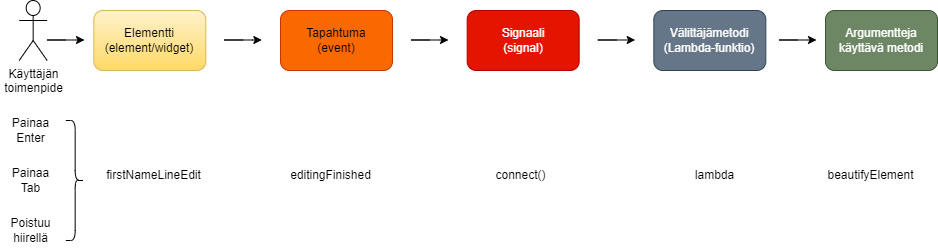
Earlier version of the draw.io export Docs/Pictures/SignalSlotLambda.drawio.png (jannatuovinen/PythonYmparisto). Source tidied: cells renumbered, new cells last; positions are measured from the earlier drawing's top-left corner, leaving out a move shared by most shapes.
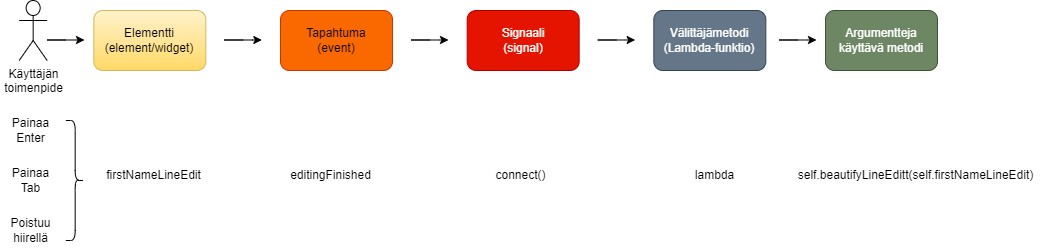
Above is the later version.

Commit message:
Viimeisintä kuvaa muokattu

Change to the diagram source:
```diff
@@ -94,8 +94,8 @@
         </Array>
       </mxGeometry>
     </mxCell>
-    <mxCell id="21" value="beautifyElement" style="text;html=1;align=center;verticalAlign=middle;strokeColor=none;fillColor=none;" parent="1" vertex="1">
-      <mxGeometry x="815" y="160" width="110" height="30" as="geometry" />
+    <mxCell id="21" value="self.beautifyLineEditt(self.firstNameLineEdit)" style="text;html=1;align=center;verticalAlign=middle;strokeColor=none;fillColor=none;" parent="1" vertex="1">
+      <mxGeometry x="785" y="160" width="260" height="30" as="geometry" />
     </mxCell>
   </root>
 </mxGraphModel>
```
